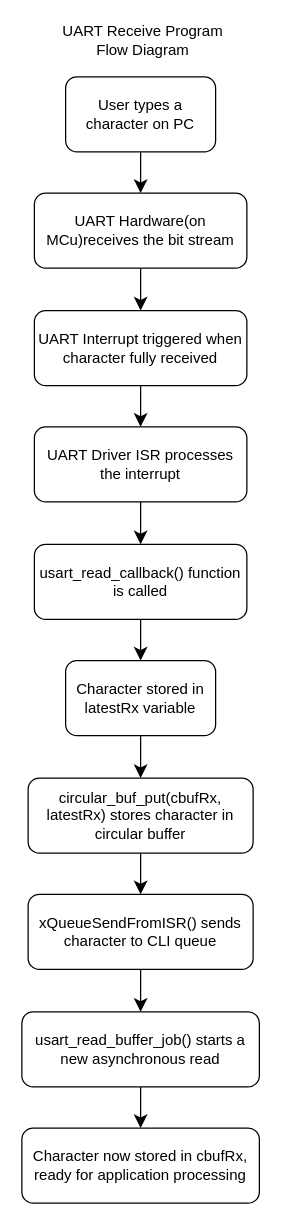
Above: A07G_deliveries/A07G_2.7.drawio in ese5160/final-project-a07g-a14g-t05-fusion-maverick (draw.io), before the change. Source tidied: cells renumbered, new cells numbered last; positions are measured from the earlier drawing's top-left corner, leaving out a move shared by most shapes. Both pictures are drawn from the tidied source at 125%, with x=0, y=0 at pixel (21, 21).
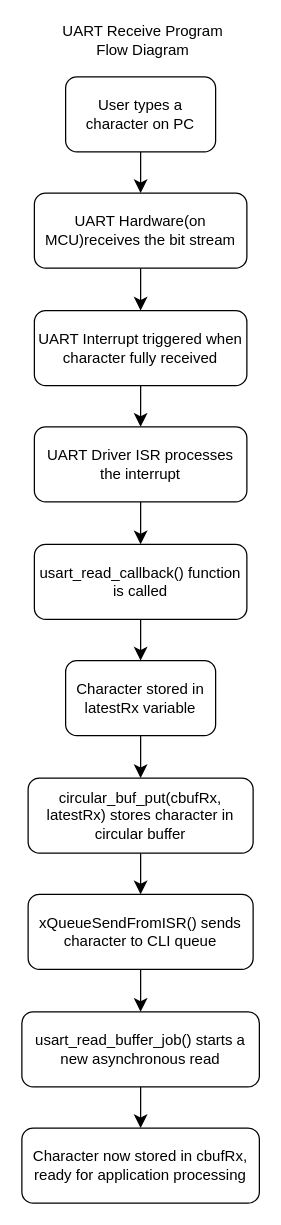
Above is the later version.

Diff of the diagram source:
```diff
@@
-    <mxCell id="6" value="UART Hardware(on MCu)receives the bit stream" style="whiteSpace=wrap;html=1;rounded=1;" parent="1" vertex="1">
+    <mxCell id="6" value="UART Hardware(on MCU)receives the bit stream" style="whiteSpace=wrap;html=1;rounded=1;" parent="1" vertex="1">
       <mxGeometry x="10" y="137" width="170" height="60" as="geometry" />
     </mxCell>
```
